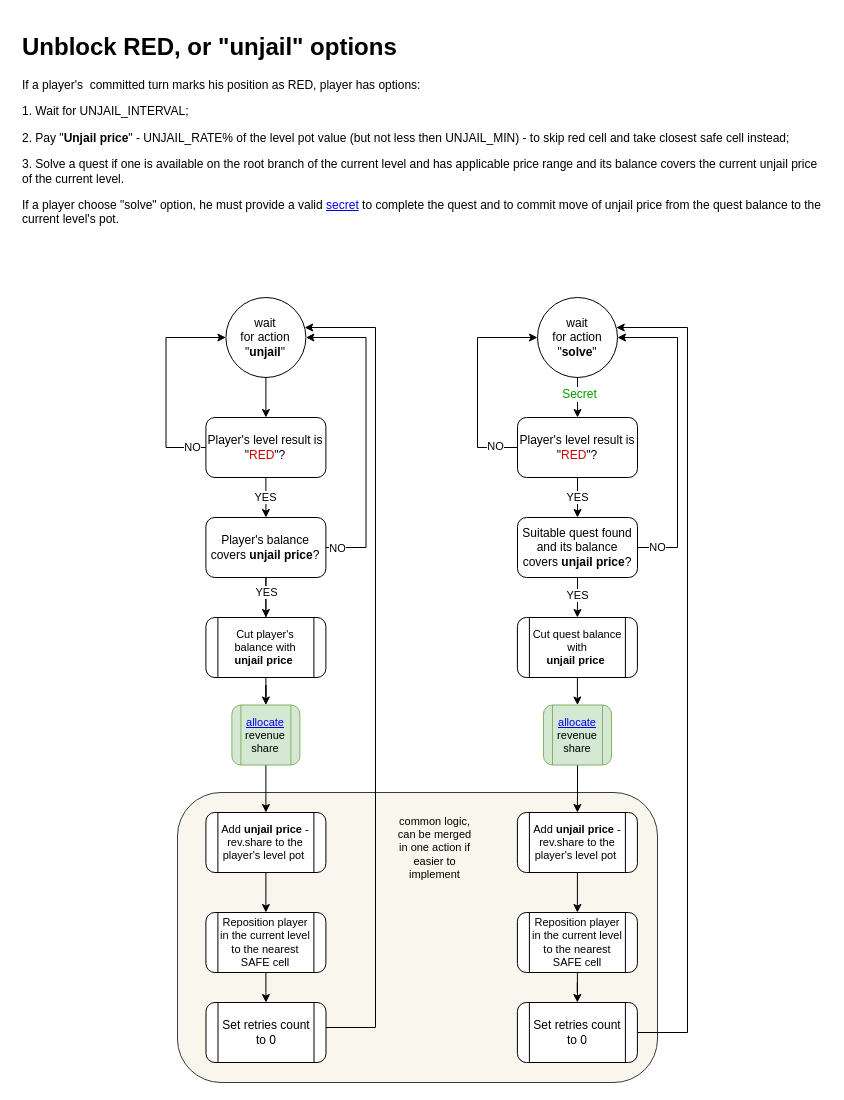
Earlier version of the draw.io diagram page "unjail" (9 of 14) of ia/WOFFLER IA.drawio (cptn-solo/woffler_contract). Source tidied: cells renumbered, new cells numbered last; positions are measured from the earlier drawing's top-left corner, leaving out a move shared by most shapes. Both pictures are drawn from the tidied source at 100%, with x=0, y=0 at pixel (17, 27).
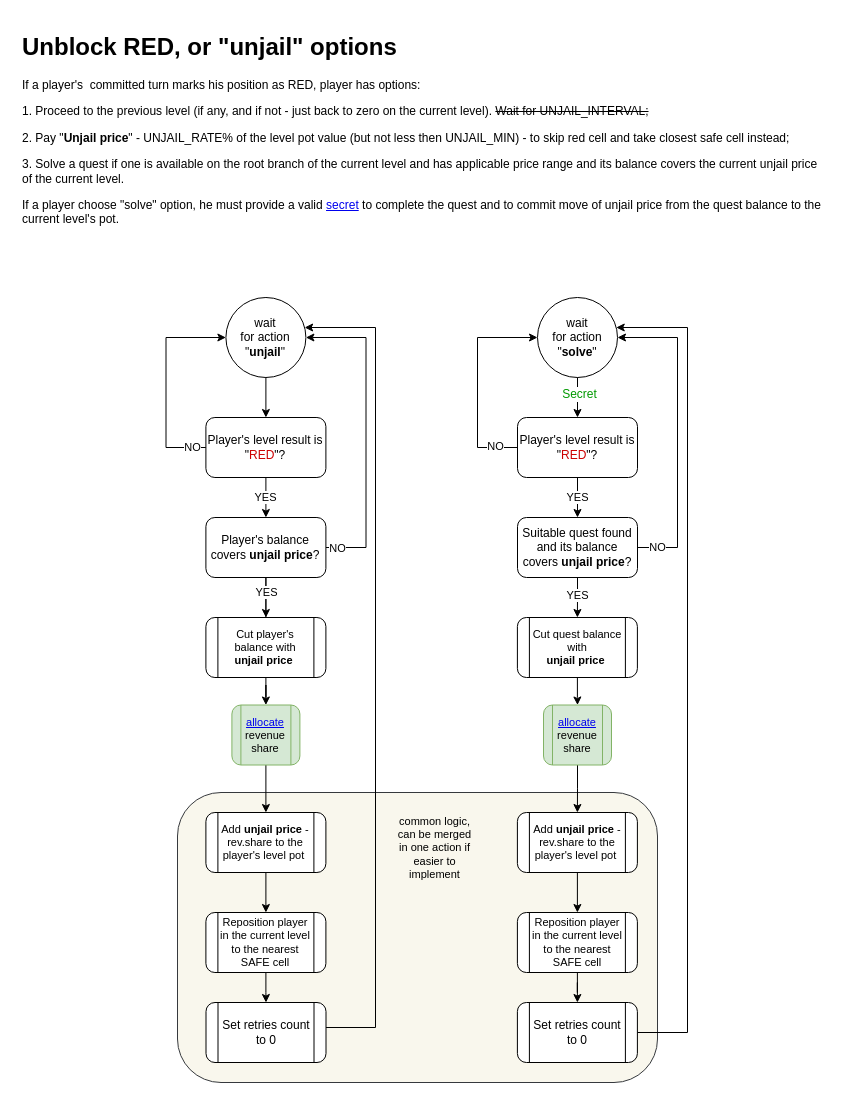
The same diagram, later.

Commit message (it also covers changes not shown here):
#31 Consider adding unjail/untake logic into try/turn: fixed `unjail` page;

Diff of the diagram source:
```diff
@@
-    <mxCell id="3" value="&lt;h1&gt;Unblock RED, or &quot;unjail&quot; options&lt;/h1&gt;&lt;p&gt;If a player's&amp;nbsp; committed turn marks his position as RED, player has options:&lt;/p&gt;&lt;p&gt;1. Wait for UNJAIL_INTERVAL;&lt;/p&gt;&lt;p&gt;2. Pay &quot;&lt;b&gt;Unjail price&lt;/b&gt;&quot; - UNJAIL_RATE% of the level pot value (but not less then UNJAIL_MIN) - to skip red cell and take closest safe cell instead;&lt;/p&gt;&lt;p&gt;3. Solve a quest if one is available on the root branch of the current level and has applicable price range and its balance covers the current unjail price of the current level.&lt;/p&gt;&lt;p&gt;If a player choose &quot;solve&quot; option, he must provide a valid &lt;a href=&quot;https://eosio.stackexchange.com/questions/153/cryptographic-operations-in-smart-contracts&quot;&gt;secret&lt;/a&gt; to complete the quest and to commit move of unjail price from the quest balance to the current level's pot.&lt;/p&gt;&lt;p&gt;&lt;br&gt;&lt;/p&gt;" style="text;html=1;strokeColor=none;fillColor=none;spacing=5;spacingTop=-20;whiteSpace=wrap;overflow=hidden;rounded=0;shadow=0;glass=0;align=left;" parent="1" vertex="1">
+    <mxCell id="3" value="&lt;h1&gt;Unblock RED, or &quot;unjail&quot; options&lt;/h1&gt;&lt;p&gt;If a player's&amp;nbsp; committed turn marks his position as RED, player has options:&lt;/p&gt;&lt;p&gt;1. Proceed to the previous level (if any, and if not - just back to zero on the current level). &lt;strike&gt;Wait for UNJAIL_INTERVAL;&lt;/strike&gt;&lt;/p&gt;&lt;p&gt;2. Pay &quot;&lt;b&gt;Unjail price&lt;/b&gt;&quot; - UNJAIL_RATE% of the level pot value (but not less then UNJAIL_MIN) - to skip red cell and take closest safe cell instead;&lt;/p&gt;&lt;p&gt;3. Solve a quest if one is available on the root branch of the current level and has applicable price range and its balance covers the current unjail price of the current level.&lt;/p&gt;&lt;p&gt;If a player choose &quot;solve&quot; option, he must provide a valid &lt;a href=&quot;https://eosio.stackexchange.com/questions/153/cryptographic-operations-in-smart-contracts&quot;&gt;secret&lt;/a&gt; to complete the quest and to commit move of unjail price from the quest balance to the current level's pot.&lt;/p&gt;&lt;p&gt;&lt;br&gt;&lt;/p&gt;" style="text;html=1;strokeColor=none;fillColor=none;spacing=5;spacingTop=-20;whiteSpace=wrap;overflow=hidden;rounded=0;shadow=0;glass=0;align=left;" parent="1" vertex="1">
       <mxGeometry width="810" height="250" as="geometry" />
     </mxCell>
```
